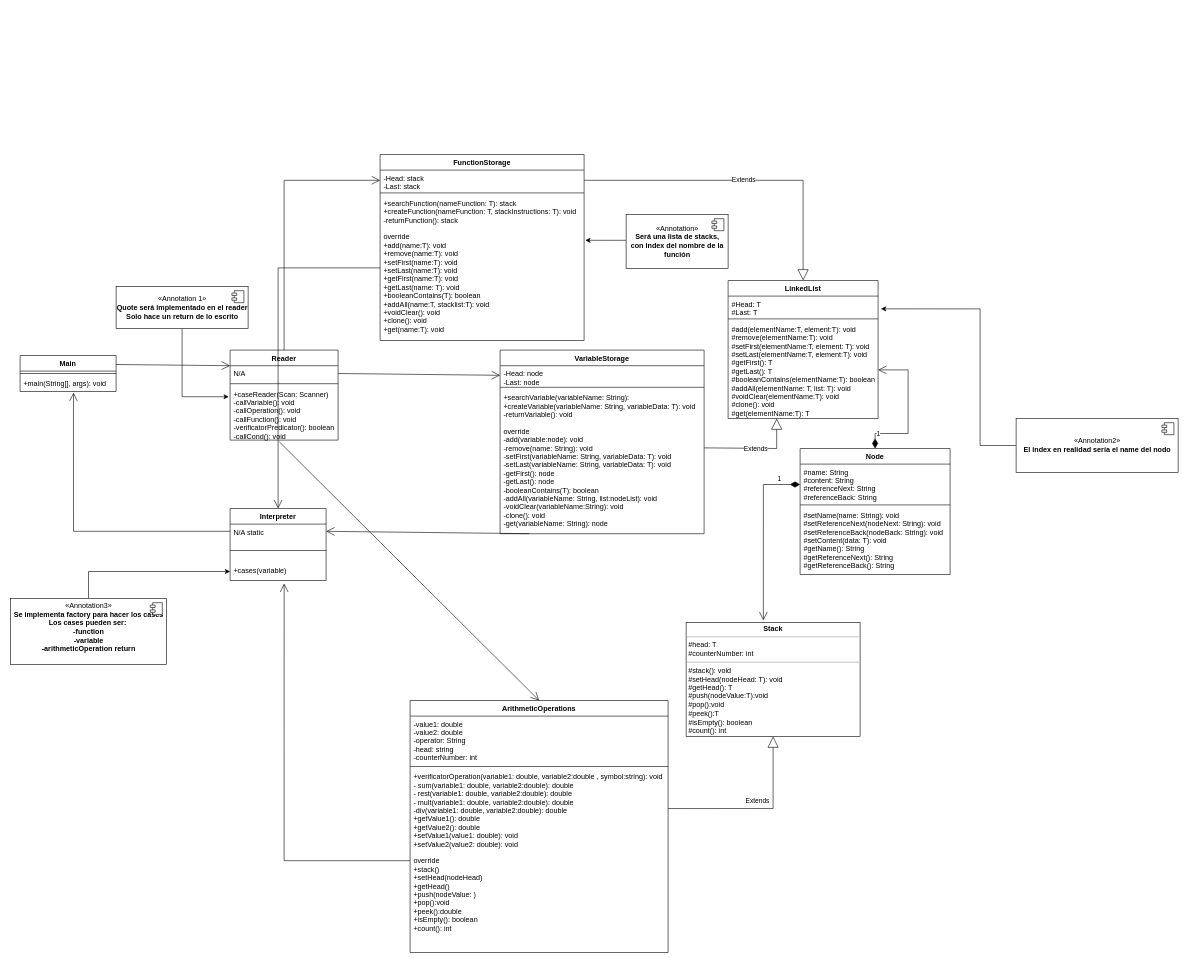
Before: Untitled Diagram.drawio in DiggsPapu/Proyect1_Lisp_Interpreter, a draw.io diagram. Source tidied: cells renumbered, new cells numbered last; positions are measured from the earlier drawing's top-left corner, leaving out a move shared by most shapes. Both pictures are drawn from the tidied source at 60%, with x=0, y=0 at pixel (10, 154).
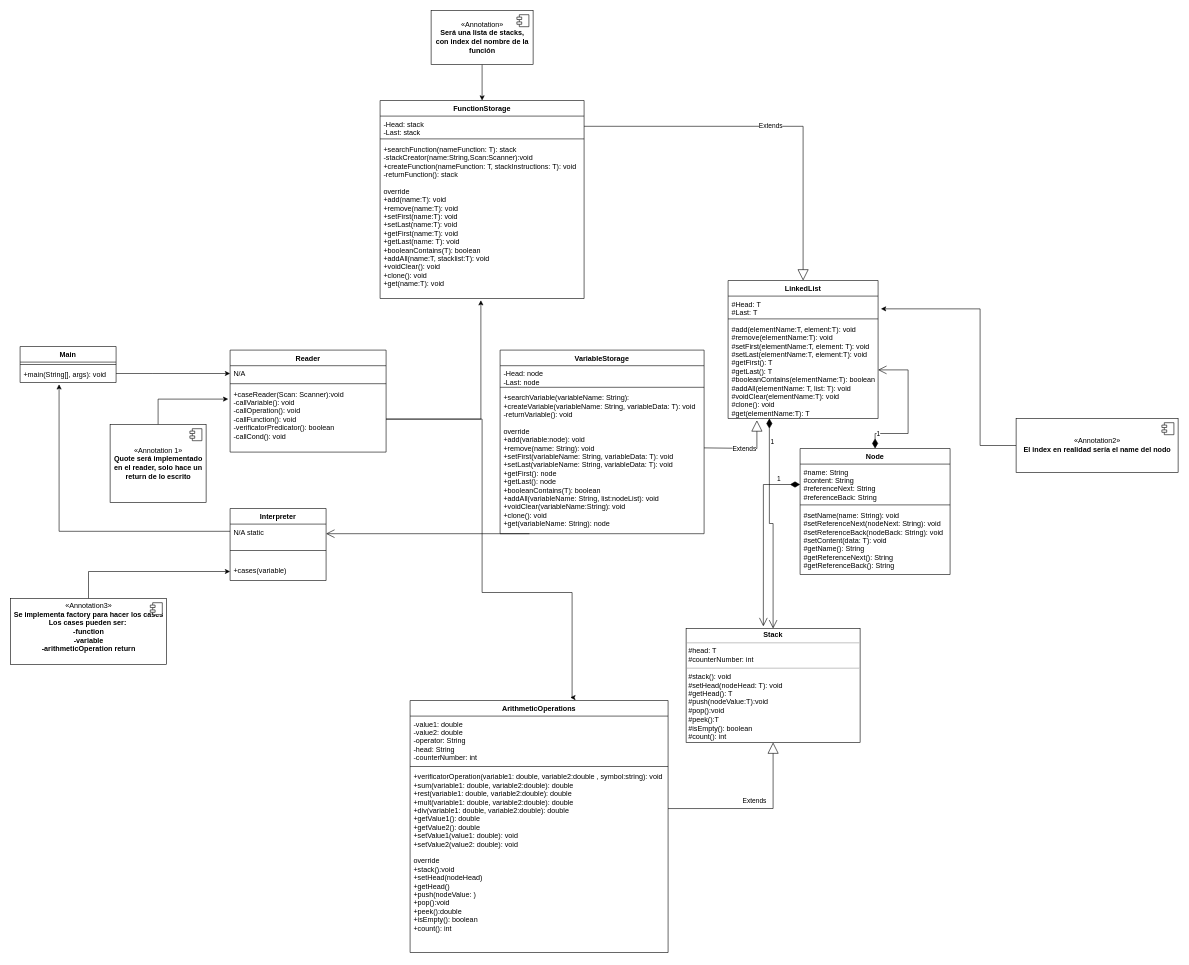
After the change.

The change refers to these unchanged cells:
```xml
<mxCell id="4" value="+main(String[], args): void" style="text;strokeColor=none;fillColor=none;align=left;verticalAlign=top;spacingLeft=4;spacingRight=4;overflow=hidden;points=[[0,0.5],[1,0.5]];portConstraint=eastwest;" parent="2" vertex="1">
  <mxGeometry y="34" width="160" height="26" as="geometry" />
</mxCell>
<mxCell id="10" value="VariableStorage" style="swimlane;fontStyle=1;align=center;verticalAlign=top;horizontal=1;startSize=26;" parent="1" vertex="1">
  <mxGeometry x="816" y="326" width="340" height="306" as="geometry" />
</mxCell>
<mxCell id="11" value="-Head: node&#10;-Last: node" style="text;strokeColor=none;fillColor=none;align=left;verticalAlign=top;spacingLeft=4;spacingRight=4;overflow=hidden;points=[[0,0.5],[1,0.5]];portConstraint=eastwest;" parent="10" vertex="1">
  <mxGeometry y="26" width="340" height="32" as="geometry" />
</mxCell>
<mxCell id="14" value="ArithmeticOperations" style="swimlane;fontStyle=1;align=center;verticalAlign=top;horizontal=1;startSize=26;" parent="1" vertex="1">
  <mxGeometry x="666" y="910" width="430" height="420" as="geometry" />
</mxCell>
<mxCell id="18" value="Interpreter" style="swimlane;fontStyle=1;align=center;verticalAlign=top;horizontal=1;startSize=26;" parent="1" vertex="1">
  <mxGeometry x="366" y="590" width="160" height="120" as="geometry" />
</mxCell>
<mxCell id="19" value="N/A static" style="text;strokeColor=none;fillColor=none;align=left;verticalAlign=top;spacingLeft=4;spacingRight=4;overflow=hidden;points=[[0,0.5],[1,0.5]];portConstraint=eastwest;" parent="18" vertex="1">
  <mxGeometry y="26" width="160" height="24" as="geometry" />
</mxCell>
<mxCell id="21" value="+cases(variable)" style="text;strokeColor=none;fillColor=none;align=left;verticalAlign=top;spacingLeft=4;spacingRight=4;overflow=hidden;points=[[0,0.5],[1,0.5]];portConstraint=eastwest;" parent="18" vertex="1">
  <mxGeometry y="90" width="160" height="30" as="geometry" />
</mxCell>
<mxCell id="22" value="LinkedList" style="swimlane;fontStyle=1;align=center;verticalAlign=top;horizontal=1;startSize=26;" parent="1" vertex="1">
  <mxGeometry x="1196" y="210" width="250" height="230" as="geometry" />
</mxCell>
<mxCell id="25" value="#add(elementName:T, element:T): void&#10;#remove(elementName:T): void&#10;#setFirst(elementName:T, element: T): void&#10;#setLast(elementName:T, element:T): void&#10;#getFirst(): T&#10;#getLast(): T&#10;#booleanContains(elementName:T): boolean&#10;#addAll(elementName: T, list: T): void&#10;#voidClear(elementName:T): void&#10;#clone(): void&#10;#get(elementName:T): T" style="text;strokeColor=none;fillColor=none;align=left;verticalAlign=top;spacingLeft=4;spacingRight=4;overflow=hidden;points=[[0,0.5],[1,0.5]];portConstraint=eastwest;" parent="22" vertex="1">
  <mxGeometry y="68" width="250" height="162" as="geometry" />
</mxCell>
<mxCell id="46" value="-Head: stack&#10;-Last: stack" style="text;strokeColor=none;fillColor=none;align=left;verticalAlign=top;spacingLeft=4;spacingRight=4;overflow=hidden;points=[[0,0.5],[1,0.5]];portConstraint=eastwest;" parent="45" vertex="1">
  <mxGeometry y="26" width="340" height="34" as="geometry" />
</mxCell>
```

What changed in the source:
```diff
@@
     <mxCell id="2" value="Main&#10;" style="swimlane;fontStyle=1;align=center;verticalAlign=top;horizontal=1;startSize=26;" parent="1" vertex="1">
-      <mxGeometry x="16" y="335" width="160" height="60" as="geometry" />
+      <mxGeometry x="16" y="320" width="160" height="60" as="geometry" />
     </mxCell>
@@
     <mxCell id="5" value="Reader&#10;" style="swimlane;fontStyle=1;align=center;verticalAlign=top;horizontal=1;startSize=26;" parent="1" vertex="1">
-      <mxGeometry x="366" y="326" width="180" height="150" as="geometry" />
+      <mxGeometry x="366" y="326" width="260" height="170" as="geometry" />
     </mxCell>
-    <mxCell id="6" style="endArrow=open;endFill=1;endSize=12;html=1;rounded=0;exitX=1;exitY=0.25;exitDx=0;exitDy=0;" parent="5" edge="1" source="2">
-      <mxGeometry relative="1" as="geometry">
-        <mxPoint y="26" as="targetPoint" />
-      </mxGeometry>
-    </mxCell>
     <mxCell id="7" value="N/A " style="text;strokeColor=none;fillColor=none;align=left;verticalAlign=top;spacingLeft=4;spacingRight=4;overflow=hidden;points=[[0,0.5],[1,0.5]];portConstraint=eastwest;" parent="5" vertex="1">
-      <mxGeometry y="26" width="180" height="26" as="geometry" />
+      <mxGeometry y="26" width="260" height="26" as="geometry" />
     </mxCell>
     <mxCell id="8" style="line;strokeWidth=1;fillColor=none;align=left;verticalAlign=middle;spacingTop=-1;spacingLeft=3;spacingRight=3;labelPosition=right;" parent="5" vertex="1">
-      <mxGeometry y="52" width="180" height="8" as="geometry" />
+      <mxGeometry y="52" width="260" height="8" as="geometry" />
     </mxCell>
-    <mxCell id="9" value="+caseReader(Scan: Scanner)&#10;-callVariable(): void&#10;-callOperation(): void&#10;-callFunction(): void&#10;-verificatorPredicator(): boolean&#10;-callCond(): void" style="text;strokeColor=none;fillColor=none;align=left;verticalAlign=top;spacingLeft=4;spacingRight=4;overflow=hidden;points=[[0,0.5],[1,0.5]];portConstraint=eastwest;" parent="5" vertex="1">
-      <mxGeometry y="60" width="180" height="90" as="geometry" />
+    <mxCell id="9" value="+caseReader(Scan: Scanner):void&#10;-callVariable(): void&#10;-callOperation(): void&#10;-callFunction(): void&#10;-verificatorPredicator(): boolean&#10;-callCond(): void" style="text;strokeColor=none;fillColor=none;align=left;verticalAlign=top;spacingLeft=4;spacingRight=4;overflow=hidden;points=[[0,0.5],[1,0.5]];portConstraint=eastwest;" parent="5" vertex="1">
+      <mxGeometry y="60" width="260" height="110" as="geometry" />
     </mxCell>
@@
-    <mxCell id="13" value="+searchVariable(variableName: String): &#10;+createVariable(variableName: String, variableData: T): void&#10;-returnVariable(): void&#10;&#10;override&#10;-add(variable:node): void&#10;-remove(name: String): void&#10;-setFirst(variableName: String, variableData: T): void&#10;-setLast(variableName: String, variableData: T): void&#10;-getFirst(): node&#10;-getLast(): node&#10;-booleanContains(T): boolean&#10;-addAll(variableName: String, list:nodeList): void&#10;-voidClear(variableName:String): void&#10;-clone(): void&#10;-get(variableName: String): node&#10;" style="text;strokeColor=none;fillColor=none;align=left;verticalAlign=top;spacingLeft=4;spacingRight=4;overflow=hidden;points=[[0,0.5],[1,0.5]];portConstraint=eastwest;" parent="10" vertex="1">
+    <mxCell id="13" value="+searchVariable(variableName: String): &#10;+createVariable(variableName: String, variableData: T): void&#10;-returnVariable(): void&#10;&#10;override&#10;+add(variable:node): void&#10;+remove(name: String): void&#10;+setFirst(variableName: String, variableData: T): void&#10;+setLast(variableName: String, variableData: T): void&#10;+getFirst(): node&#10;+getLast(): node&#10;+booleanContains(T): boolean&#10;+addAll(variableName: String, list:nodeList): void&#10;+voidClear(variableName:String): void&#10;+clone(): void&#10;+get(variableName: String): node&#10;" style="text;strokeColor=none;fillColor=none;align=left;verticalAlign=top;spacingLeft=4;spacingRight=4;overflow=hidden;points=[[0,0.5],[1,0.5]];portConstraint=eastwest;" parent="10" vertex="1">
       <mxGeometry y="66" width="340" height="240" as="geometry" />
     </mxCell>
@@
-    <mxCell id="15" value="-value1: double&#10;-value2: double&#10;-operator: String&#10;-head: string&#10;-counterNumber: int" style="text;strokeColor=none;fillColor=none;align=left;verticalAlign=top;spacingLeft=4;spacingRight=4;overflow=hidden;" parent="14" vertex="1">
+    <mxCell id="15" value="-value1: double&#10;-value2: double&#10;-operator: String&#10;-head: String&#10;-counterNumber: int" style="text;strokeColor=none;fillColor=none;align=left;verticalAlign=top;spacingLeft=4;spacingRight=4;overflow=hidden;" parent="14" vertex="1">
       <mxGeometry y="26" width="430" height="80" as="geometry" />
     </mxCell>
@@
-    <mxCell id="17" value="+verificatorOperation(variable1: double, variable2:double , symbol:string): void&#10;- sum(variable1: double, variable2:double): double&#10;- rest(variable1: double, variable2:double): double&#10;- mult(variable1: double, variable2:double): double&#10;-div(variable1: double, variable2:double): double&#10;+getValue1(): double&#10;+getValue2(): double&#10;+setValue1(value1: double): void&#10;+setValue2(value2: double): void&#10;&#10;override&#10;+stack()&#10;+setHead(nodeHead)&#10;+getHead()&#10;+push(nodeValue: )&#10;+pop():void&#10;+peek():double&#10;+isEmpty(): boolean&#10;+count(): int" style="text;strokeColor=none;fillColor=none;align=left;verticalAlign=top;spacingLeft=4;spacingRight=4;overflow=hidden;points=[[0,0.5],[1,0.5]];portConstraint=eastwest;" parent="14" vertex="1">
+    <mxCell id="17" value="+verificatorOperation(variable1: double, variable2:double , symbol:string): void&#10;+sum(variable1: double, variable2:double): double&#10;+rest(variable1: double, variable2:double): double&#10;+mult(variable1: double, variable2:double): double&#10;+div(variable1: double, variable2:double): double&#10;+getValue1(): double&#10;+getValue2(): double&#10;+setValue1(value1: double): void&#10;+setValue2(value2: double): void&#10;&#10;override&#10;+stack():void&#10;+setHead(nodeHead)&#10;+getHead()&#10;+push(nodeValue: )&#10;+pop():void&#10;+peek():double&#10;+isEmpty(): boolean&#10;+count(): int" style="text;strokeColor=none;fillColor=none;align=left;verticalAlign=top;spacingLeft=4;spacingRight=4;overflow=hidden;points=[[0,0.5],[1,0.5]];portConstraint=eastwest;" parent="14" vertex="1">
       <mxGeometry y="114" width="430" height="306" as="geometry" />
     </mxCell>
@@
     <mxCell id="26" value="Extends" style="endArrow=block;endSize=16;endFill=0;html=1;rounded=0;entryX=0.5;entryY=0;entryDx=0;entryDy=0;exitX=1;exitY=0.5;exitDx=0;exitDy=0;" parent="1" edge="1" source="46" target="22">
       <mxGeometry relative="1" as="geometry">
         <Array as="points">
-          <mxPoint x="1321" y="43" />
+          <mxPoint x="1321" y="-47" />
         </Array>
       </mxGeometry>
     </mxCell>
-    <mxCell id="27" value="Extends" style="endArrow=block;endSize=16;endFill=0;html=1;rounded=0;exitX=1;exitY=0.404;exitDx=0;exitDy=0;exitPerimeter=0;entryX=0.324;entryY=1;entryDx=0;entryDy=0;entryPerimeter=0;" parent="1" edge="1" source="13" target="25">
+    <mxCell id="27" value="Extends" style="endArrow=block;endSize=16;endFill=0;html=1;rounded=0;exitX=1;exitY=0.404;exitDx=0;exitDy=0;exitPerimeter=0;entryX=0.192;entryY=1.019;entryDx=0;entryDy=0;entryPerimeter=0;" parent="1" edge="1" source="13" target="25">
       <mxGeometry relative="1" as="geometry">
         <Array as="points">
-          <mxPoint x="1277" y="490" />
+          <mxPoint x="1244" y="490" />
         </Array>
       </mxGeometry>
     </mxCell>
-    <mxCell id="28" style="endArrow=open;endFill=1;endSize=12;html=1;rounded=0;entryX=0;entryY=0.5;entryDx=0;entryDy=0;exitX=0.5;exitY=0;exitDx=0;exitDy=0;" parent="1" edge="1" source="5" target="46">
-      <mxGeometry relative="1" as="geometry">
-        <Array as="points">
-          <mxPoint x="456" y="43" />
-        </Array>
-      </mxGeometry>
-    </mxCell>
-    <mxCell id="29" style="endArrow=open;endFill=1;endSize=12;html=1;rounded=0;entryX=0.5;entryY=0;entryDx=0;entryDy=0;exitX=0.456;exitY=1.033;exitDx=0;exitDy=0;exitPerimeter=0;" parent="1" edge="1" source="9" target="14">
-      <mxGeometry relative="1" as="geometry" />
-    </mxCell>
-    <mxCell id="30" style="endArrow=open;endFill=1;endSize=12;html=1;rounded=0;entryX=0;entryY=0.5;entryDx=0;entryDy=0;exitX=1;exitY=0.5;exitDx=0;exitDy=0;" parent="1" edge="1" source="7" target="11">
-      <mxGeometry relative="1" as="geometry" />
-    </mxCell>
@@
     <mxCell id="36" value="&lt;p style=&quot;margin: 0px ; margin-top: 4px ; text-align: center&quot;&gt;&lt;b&gt;Stack&lt;/b&gt;&lt;/p&gt;&lt;hr size=&quot;1&quot;&gt;&lt;p style=&quot;margin: 0px ; margin-left: 4px&quot;&gt;#head: T&lt;/p&gt;&lt;p style=&quot;margin: 0px ; margin-left: 4px&quot;&gt;#counterNumber: int&lt;/p&gt;&lt;hr size=&quot;1&quot;&gt;&lt;p style=&quot;margin: 0px ; margin-left: 4px&quot;&gt;#stack(): void&lt;/p&gt;&lt;p style=&quot;margin: 0px ; margin-left: 4px&quot;&gt;#setHead(nodeHead: T): void&lt;/p&gt;&lt;p style=&quot;margin: 0px ; margin-left: 4px&quot;&gt;#getHead(): T&lt;/p&gt;&lt;p style=&quot;margin: 0px ; margin-left: 4px&quot;&gt;#push(nodeValue:T):void&lt;/p&gt;&lt;p style=&quot;margin: 0px ; margin-left: 4px&quot;&gt;#pop():void&lt;/p&gt;&lt;p style=&quot;margin: 0px ; margin-left: 4px&quot;&gt;#peek():T&lt;/p&gt;&lt;p style=&quot;margin: 0px ; margin-left: 4px&quot;&gt;#isEmpty(): boolean&lt;/p&gt;&lt;p style=&quot;margin: 0px ; margin-left: 4px&quot;&gt;#count(): int&lt;/p&gt;&lt;p style=&quot;margin: 0px ; margin-left: 4px&quot;&gt;&lt;br&gt;&lt;/p&gt;" style="verticalAlign=top;align=left;overflow=fill;fontSize=12;fontFamily=Helvetica;html=1;" parent="1" vertex="1">
-      <mxGeometry x="1126" y="780" width="290" height="190" as="geometry" />
+      <mxGeometry x="1126" y="790" width="290" height="190" as="geometry" />
     </mxCell>
@@
-    <mxCell id="38" style="endArrow=open;endFill=1;endSize=12;html=1;rounded=0;entryX=0.556;entryY=1.077;entryDx=0;entryDy=0;exitX=0;exitY=0.5;exitDx=0;exitDy=0;entryPerimeter=0;" parent="1" edge="1" source="19" target="4">
-      <mxGeometry relative="1" as="geometry">
-        <Array as="points">
-          <mxPoint x="105" y="628" />
-        </Array>
-      </mxGeometry>
-    </mxCell>
-    <mxCell id="39" style="endArrow=open;endFill=1;endSize=12;html=1;rounded=0;entryX=0.563;entryY=1.167;entryDx=0;entryDy=0;exitX=0;exitY=0.5;exitDx=0;exitDy=0;entryPerimeter=0;" parent="1" edge="1" source="17" target="21">
-      <mxGeometry relative="1" as="geometry">
-        <Array as="points">
-          <mxPoint x="456" y="1177" />
-        </Array>
-      </mxGeometry>
-    </mxCell>
-    <mxCell id="40" style="endArrow=open;endFill=1;endSize=12;html=1;rounded=0;entryX=1;entryY=0.5;entryDx=0;entryDy=0;exitX=0.144;exitY=1;exitDx=0;exitDy=0;exitPerimeter=0;" parent="1" edge="1" source="13" target="19">
-      <mxGeometry relative="1" as="geometry" />
+    <mxCell id="40" style="endArrow=open;endFill=1;endSize=12;html=1;rounded=0;exitX=0.144;exitY=1;exitDx=0;exitDy=0;exitPerimeter=0;" parent="1" edge="1" source="13">
+      <mxGeometry relative="1" as="geometry">
+        <mxPoint x="526" y="632" as="targetPoint" />
+      </mxGeometry>
     </mxCell>
-    <mxCell id="41" style="endArrow=open;endFill=1;endSize=12;html=1;rounded=0;entryX=0.5;entryY=0;entryDx=0;entryDy=0;exitX=0;exitY=0.5;exitDx=0;exitDy=0;" parent="1" edge="1" source="48" target="18">
-      <mxGeometry relative="1" as="geometry">
-        <Array as="points">
-          <mxPoint x="446" y="189" />
-        </Array>
-      </mxGeometry>
-    </mxCell>
     <mxCell id="42" style="edgeStyle=orthogonalEdgeStyle;rounded=0;jettySize=auto;html=1;entryX=-0.012;entryY=0.197;entryDx=0;entryDy=0;entryPerimeter=0;" parent="1" edge="1" source="43" target="9">
-      <mxGeometry relative="1" as="geometry" />
+      <mxGeometry relative="1" as="geometry">
+        <Array as="points">
+          <mxPoint x="246" y="408" />
+        </Array>
+      </mxGeometry>
     </mxCell>
-    <mxCell id="43" value="«Annotation 1»&lt;br&gt;&lt;b&gt;Quote será implementado en el reader&lt;br&gt;Solo hace un return de lo escrito&lt;br&gt;&lt;/b&gt;" style="html=1;" parent="1" vertex="1">
-      <mxGeometry x="176" y="220" width="220" height="70" as="geometry" />
+    <mxCell id="43" value="«Annotation 1»&lt;br&gt;&lt;b&gt;Quote será implementado &lt;br&gt;en el reader, solo hace un &lt;br&gt;return de lo escrito&lt;br&gt;&lt;/b&gt;" style="html=1;" parent="1" vertex="1">
+      <mxGeometry x="166" y="450" width="160" height="130" as="geometry" />
     </mxCell>
@@
     <mxCell id="45" value="FunctionStorage" style="swimlane;fontStyle=1;align=center;verticalAlign=top;horizontal=1;startSize=26;" parent="1" vertex="1">
-      <mxGeometry x="616" width="340" height="310" as="geometry" />
+      <mxGeometry x="616" y="-90" width="340" height="330" as="geometry" />
     </mxCell>
@@
-    <mxCell id="48" value="+searchFunction(nameFunction: T): stack&#10;+createFunction(nameFunction: T, stackInstructions: T): void&#10;-returnFunction(): stack&#10;&#10;override&#10;+add(name:T): void&#10;+remove(name:T): void&#10;+setFirst(name:T): void&#10;+setLast(name:T): void&#10;+getFirst(name:T): void&#10;+getLast(name: T): void&#10;+booleanContains(T): boolean&#10;+addAll(name:T, stacklist:T): void&#10;+voidClear(): void&#10;+clone(): void&#10;+get(name:T): void" style="text;strokeColor=none;fillColor=none;align=left;verticalAlign=top;spacingLeft=4;spacingRight=4;overflow=hidden;points=[[0,0.5],[1,0.5]];portConstraint=eastwest;" parent="45" vertex="1">
-      <mxGeometry y="68" width="340" height="242" as="geometry" />
+    <mxCell id="48" value="+searchFunction(nameFunction: T): stack&#10;-stackCreator(name:String,Scan:Scanner):void&#10;+createFunction(nameFunction: T, stackInstructions: T): void&#10;-returnFunction(): stack&#10;&#10;override&#10;+add(name:T): void&#10;+remove(name:T): void&#10;+setFirst(name:T): void&#10;+setLast(name:T): void&#10;+getFirst(name:T): void&#10;+getLast(name: T): void&#10;+booleanContains(T): boolean&#10;+addAll(name:T, stacklist:T): void&#10;+voidClear(): void&#10;+clone(): void&#10;+get(name:T): void" style="text;strokeColor=none;fillColor=none;align=left;verticalAlign=top;spacingLeft=4;spacingRight=4;overflow=hidden;points=[[0,0.5],[1,0.5]];portConstraint=eastwest;" parent="45" vertex="1">
+      <mxGeometry y="68" width="340" height="262" as="geometry" />
     </mxCell>
@@
-    <mxCell id="56" style="edgeStyle=orthogonalEdgeStyle;rounded=0;jettySize=auto;html=1;entryX=1.006;entryY=0.31;entryDx=0;entryDy=0;entryPerimeter=0;" parent="1" edge="1" source="57" target="48">
-      <mxGeometry relative="1" as="geometry">
-        <Array as="points">
-          <mxPoint x="996" y="143" />
-          <mxPoint x="996" y="143" />
-        </Array>
-      </mxGeometry>
+    <mxCell id="56" style="edgeStyle=orthogonalEdgeStyle;rounded=0;jettySize=auto;html=1;entryX=0.5;entryY=0;entryDx=0;entryDy=0;" parent="1" edge="1" source="57" target="45">
+      <mxGeometry relative="1" as="geometry" />
     </mxCell>
     <mxCell id="57" value="«Annotation»&lt;br&gt;&lt;b&gt;Será una lista de stacks,&lt;br&gt;con index del nombre de la&lt;br&gt;función&lt;br&gt;&lt;/b&gt;" style="html=1;" parent="1" vertex="1">
-      <mxGeometry x="1026" y="100" width="170" height="90" as="geometry" />
+      <mxGeometry x="701" y="-240" width="170" height="90" as="geometry" />
     </mxCell>
@@
+    <mxCell id="59" style="edgeStyle=orthogonalEdgeStyle;rounded=0;jettySize=auto;html=1;entryX=0.494;entryY=1.011;entryDx=0;entryDy=0;entryPerimeter=0;" parent="1" edge="1" source="9" target="48">
+      <mxGeometry relative="1" as="geometry">
+        <Array as="points">
+          <mxPoint x="784" y="441" />
+        </Array>
+      </mxGeometry>
+    </mxCell>
+    <mxCell id="60" style="edgeStyle=orthogonalEdgeStyle;rounded=0;jettySize=auto;html=1;entryX=0;entryY=0.5;entryDx=0;entryDy=0;" parent="1" edge="1" source="4" target="7">
+      <mxGeometry relative="1" as="geometry">
+        <Array as="points">
+          <mxPoint x="236" y="365" />
+          <mxPoint x="236" y="365" />
+        </Array>
+      </mxGeometry>
+    </mxCell>
+    <mxCell id="38" style="edgeStyle=orthogonalEdgeStyle;rounded=0;jettySize=auto;html=1;entryX=0.406;entryY=1.115;entryDx=0;entryDy=0;entryPerimeter=0;" parent="1" edge="1" source="19" target="4">
+      <mxGeometry relative="1" as="geometry">
+        <Array as="points">
+          <mxPoint x="81" y="628" />
+        </Array>
+      </mxGeometry>
+    </mxCell>
+    <mxCell id="29" style="edgeStyle=orthogonalEdgeStyle;rounded=0;jettySize=auto;html=1;entryX=0.621;entryY=-0.012;entryDx=0;entryDy=0;entryPerimeter=0;" parent="1" edge="1" source="9" target="14">
+      <mxGeometry relative="1" as="geometry">
+        <Array as="points">
+          <mxPoint x="786" y="441" />
+          <mxPoint x="786" y="730" />
+          <mxPoint x="936" y="730" />
+          <mxPoint x="936" y="905" />
+        </Array>
+      </mxGeometry>
+    </mxCell>
+    <mxCell id="61" value="1" style="endArrow=open;html=1;endSize=12;startArrow=diamondThin;startSize=14;startFill=1;edgeStyle=orthogonalEdgeStyle;align=left;verticalAlign=bottom;rounded=0;exitX=0.275;exitY=1;exitDx=0;exitDy=0;exitPerimeter=0;entryX=0.5;entryY=0;entryDx=0;entryDy=0;" parent="1" edge="1" source="25" target="36">
+      <mxGeometry x="-0.73" relative="1" as="geometry" />
+    </mxCell>
```
